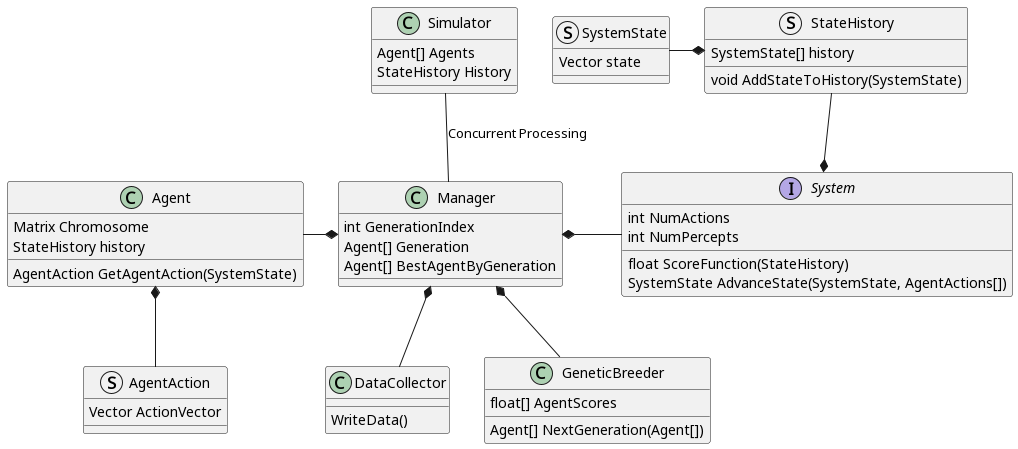
Otago-Computing-Students-Society/FoosballGeneticLearning keeps this PlantUML diagram as UML/ProjectPlan.png. Above is the earlier version.
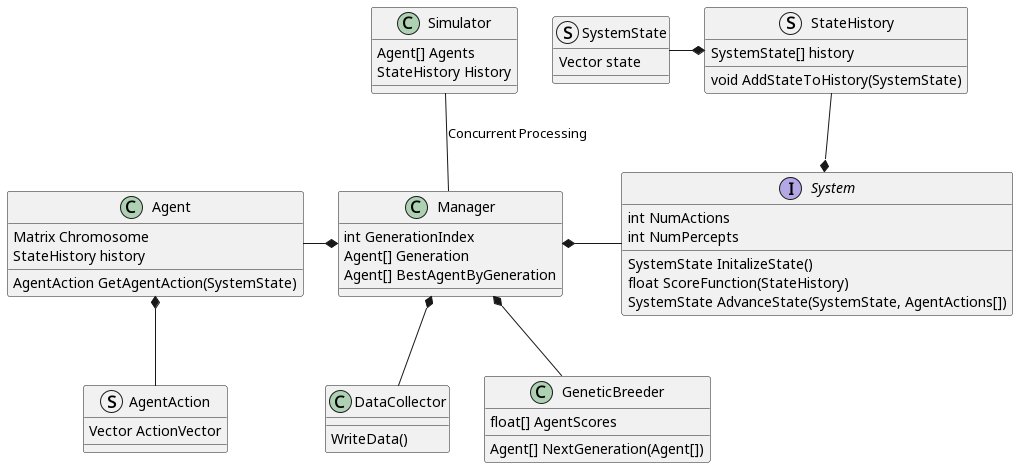
After the commit.

The edit, as a diff of the source:
```diff
@@ -13,6 +13,7 @@
 interface System {
     int NumActions
     int NumPercepts
+    SystemState InitalizeState()
     float ScoreFunction(StateHistory)
     SystemState AdvanceState(SystemState, AgentActions[])
 }
```
